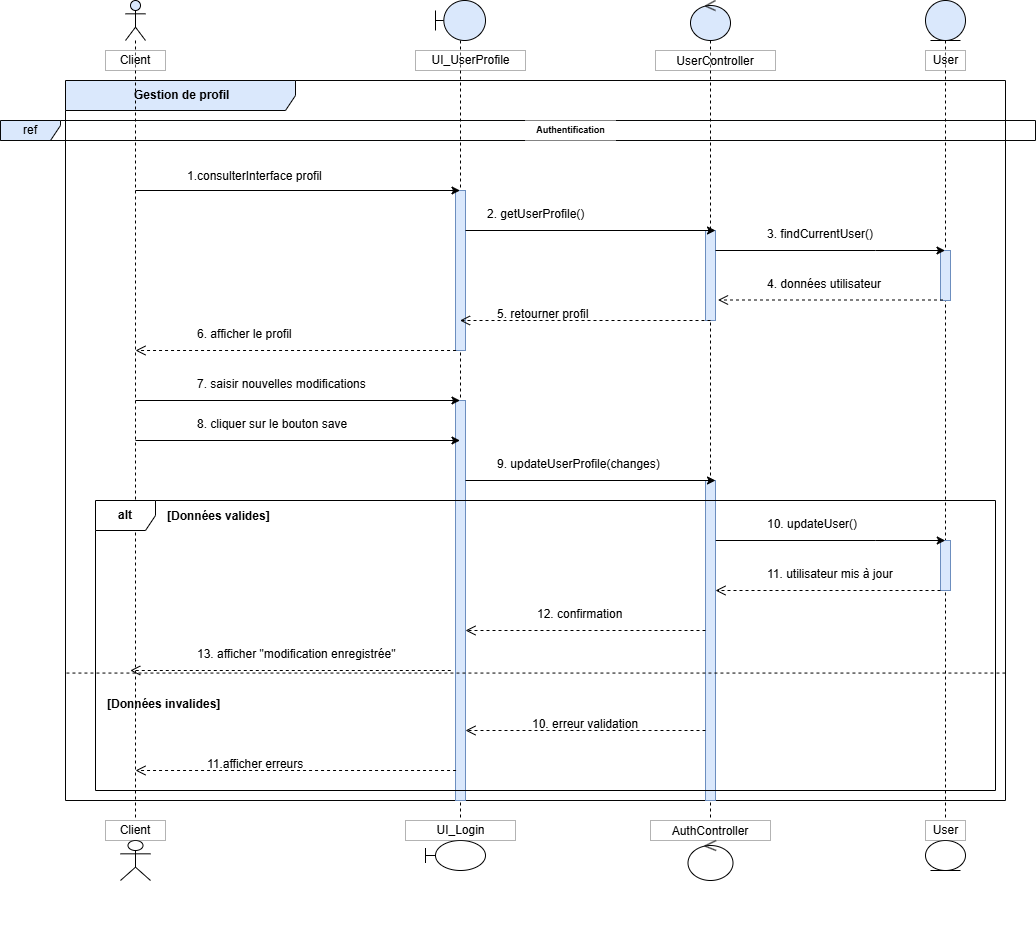
This is Diag de seq gestion profil.drawio.png from achreffakraoui/Projet-uml, a draw.io export, as it was before one commit. Source tidied: cells renumbered, new cells last; positions are measured from the earlier drawing's top-left corner, leaving out a move shared by most shapes.
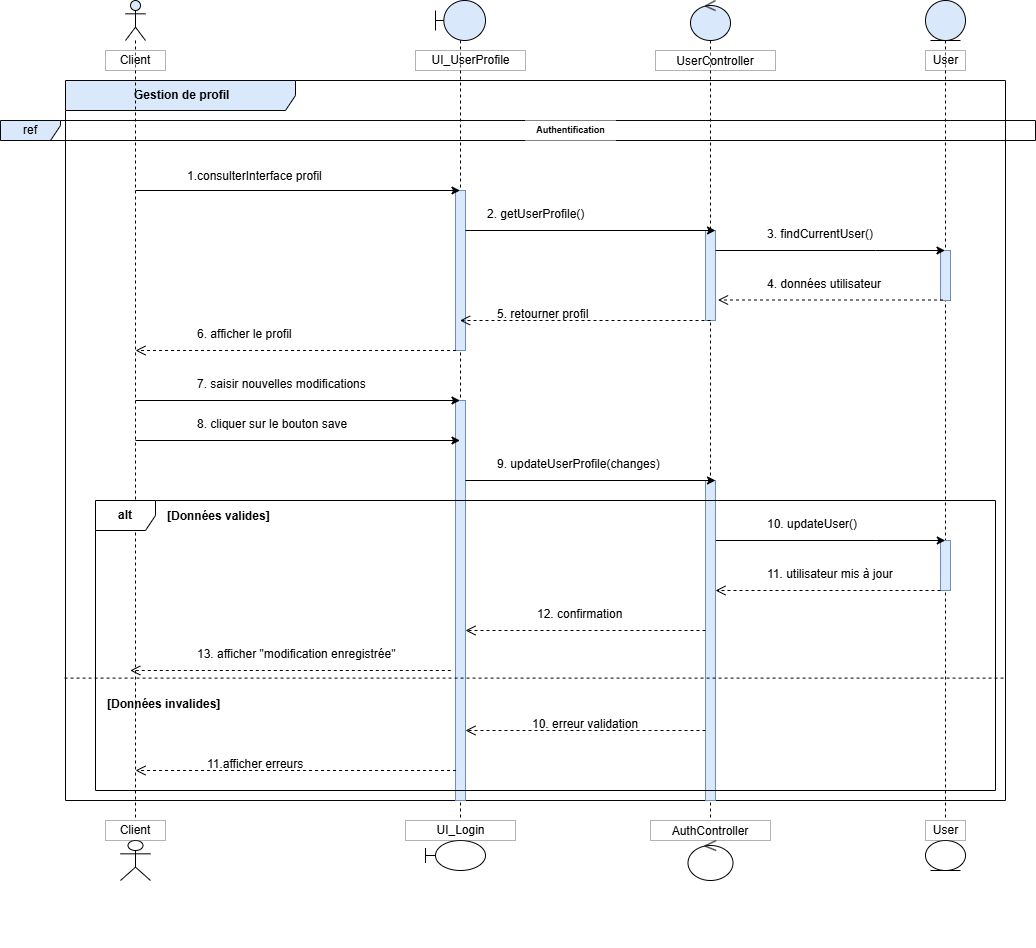
After the commit.

Commit message:
Mettre à jour Diag de seq gestion profil.drawio.png

Change to the diagram source:
```diff
@@ -210,7 +210,7 @@
     <mxCell id="54" value="12. confirmation" style="text;whiteSpace=wrap;html=1;" parent="1" vertex="1">
       <mxGeometry x="535" y="600" width="100" height="40" as="geometry" />
     </mxCell>
-    <mxCell id="55" style="endArrow=none;dashed=1;html=1;rounded=0;exitX=0.001;exitY=0.823;exitDx=0;exitDy=0;exitPerimeter=0;entryX=1;entryY=0.823;entryDx=0;entryDy=0;entryPerimeter=0;" parent="1" edge="1" source="2" target="2">
+    <mxCell id="55" style="endArrow=none;dashed=1;html=1;rounded=0;exitX=-0.001;exitY=0.83;exitDx=0;exitDy=0;exitPerimeter=0;entryX=1;entryY=0.83;entryDx=0;entryDy=0;entryPerimeter=0;" parent="1" edge="1" source="2" target="2">
       <mxGeometry relative="1" as="geometry" />
     </mxCell>
     <mxCell id="56" value="&lt;b&gt;[Données invalides]&lt;/b&gt;" style="text;whiteSpace=wrap;html=1;" parent="1" vertex="1">
```
